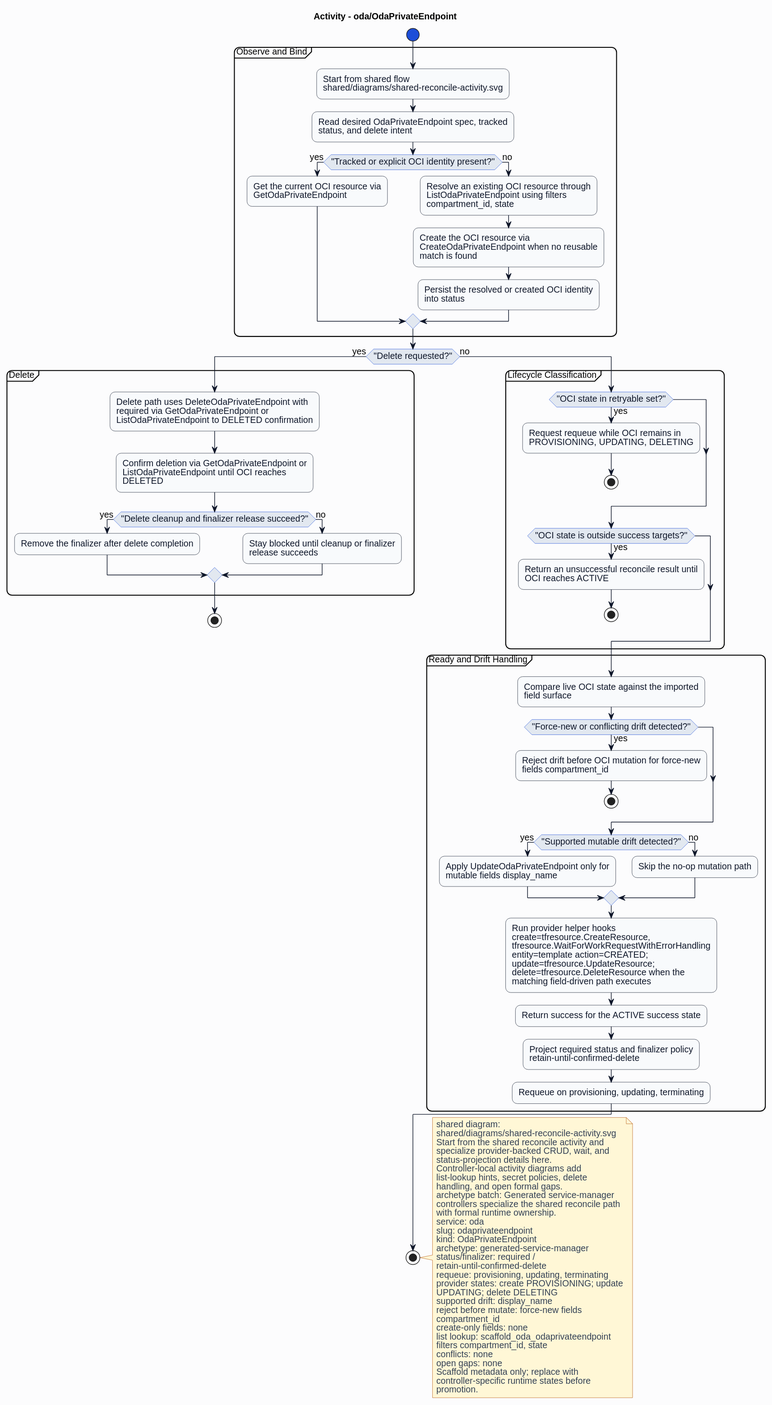
This is formal/controllers/oda/odaprivateendpoint/diagrams/activity.svg from HaoyL666/oci-service-operator, a PlantUML export, as it was before one commit.
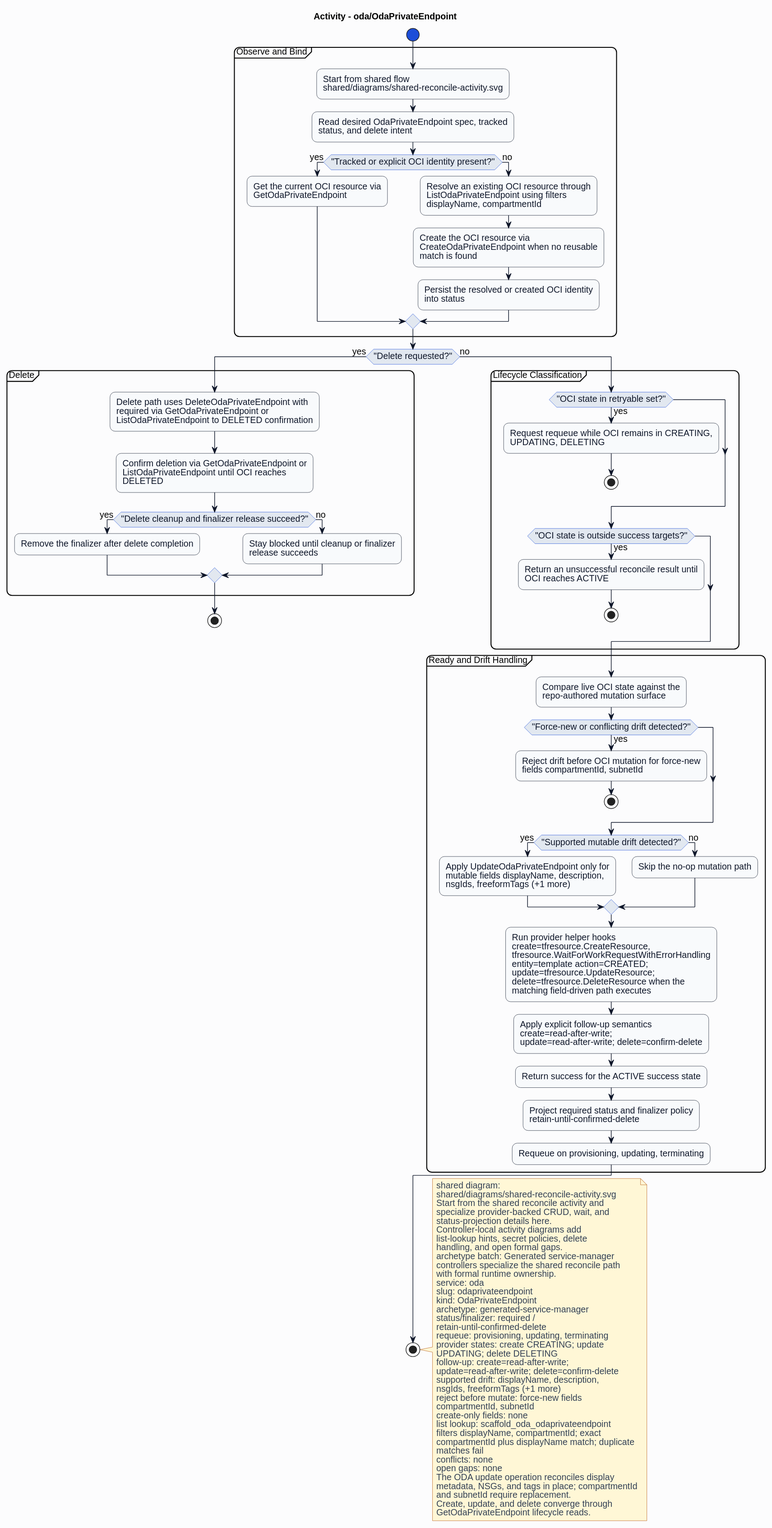
The same file after the commit.

What changed in the source:
```diff
@@ -27,7 +27,7 @@
 if ("Tracked or explicit OCI identity present?") then (yes)
 :Get the current OCI resource via\nGetOdaPrivateEndpoint;
 else (no)
-:Resolve an existing OCI resource through\nListOdaPrivateEndpoint using filters\ncompartment_id, state;
+:Resolve an existing OCI resource through\nListOdaPrivateEndpoint using filters\ndisplayName, compartmentId;
 :Create the OCI resource via\nCreateOdaPrivateEndpoint when no reusable\nmatch is found;
 :Persist the resolved or created OCI identity\ninto status;
 endif
@@ -46,7 +46,7 @@
 else (no)
 partition "Lifecycle Classification" {
 if ("OCI state in retryable set?") then (yes)
-:Request requeue while OCI remains in\nPROVISIONING, UPDATING, DELETING;
+:Request requeue while OCI remains in CREATING,\nUPDATING, DELETING;
 stop
 endif
 if ("OCI state is outside success targets?") then (yes)
@@ -55,17 +55,18 @@
 endif
 }
 partition "Ready and Drift Handling" {
-:Compare live OCI state against the imported\nfield surface;
+:Compare live OCI state against the\nrepo-authored mutation surface;
 if ("Force-new or conflicting drift detected?") then (yes)
-:Reject drift before OCI mutation for force-new\nfields compartment_id;
+:Reject drift before OCI mutation for force-new\nfields compartmentId, subnetId;
 stop
 endif
 if ("Supported mutable drift detected?") then (yes)
-:Apply UpdateOdaPrivateEndpoint only for\nmutable fields display_name;
+:Apply UpdateOdaPrivateEndpoint only for\nmutable fields displayName, description,\nnsgIds, freeformTags (+1 more);
 else (no)
 :Skip the no-op mutation path;
 endif
 :Run provider helper hooks\ncreate=tfresource.CreateResource,\ntfresource.WaitForWorkRequestWithErrorHandling\nentity=template action=CREATED;\nupdate=tfresource.UpdateResource;\ndelete=tfresource.DeleteResource when the\nmatching field-driven path executes;
+:Apply explicit follow-up semantics\ncreate=read-after-write;\nupdate=read-after-write; delete=confirm-delete;
 :Return success for the ACTIVE success state;
 :Project required status and finalizer policy\nretain-until-confirmed-delete;
 :Requeue on provisioning, updating, terminating;
@@ -91,18 +92,25 @@
 status/finalizer: required /
 retain-until-confirmed-delete
 requeue: provisioning, updating, terminating
-provider states: create PROVISIONING; update
+provider states: create CREATING; update
 UPDATING; delete DELETING
-supported drift: display_name
+follow-up: create=read-after-write;
+update=read-after-write; delete=confirm-delete
+supported drift: displayName, description,
+nsgIds, freeformTags (+1 more)
 reject before mutate: force-new fields
-compartment_id
+compartmentId, subnetId
 create-only fields: none
 list lookup: scaffold_oda_odaprivateendpoint
-filters compartment_id, state
+filters displayName, compartmentId; exact
+compartmentId plus displayName match; duplicate
+matches fail
 conflicts: none
 open gaps: none
-Scaffold metadata only; replace with
-controller-specific runtime states before
-promotion.
+The ODA update operation reconciles display
+metadata, NSGs, and tags in place; compartmentId
+and subnetId require replacement.
+Create, update, and delete converge through
+GetOdaPrivateEndpoint lifecycle reads.
 end note
 @enduml
```
